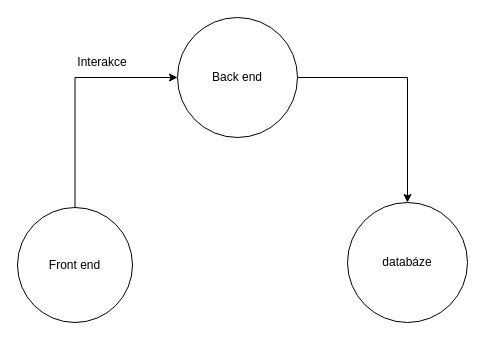
This is architecture.drawio from SPSKH/smart-helpdesk-architecture, a draw.io file, before an edit. Source tidied: cells renumbered, new cells numbered last; positions are measured from the earlier drawing's top-left corner, leaving out a move shared by most shapes. Both pictures are drawn from the tidied source at 100%, with x=0, y=0 at pixel (17, 17).
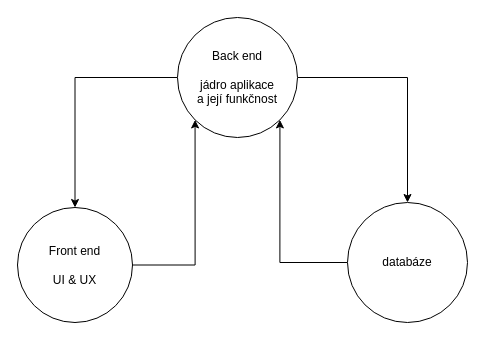
After the change.

The edit, as a diff of the source:
```diff
@@
 <mxGraphModel>
   <root>
     <mxCell id="0" />
     <mxCell id="1" parent="0" />
+    <mxCell id="3" style="edgeStyle=orthogonalEdgeStyle;rounded=0;jettySize=auto;html=1;exitX=1;exitY=0.5;exitDx=0;exitDy=0;entryX=0.5;entryY=0;entryDx=0;entryDy=0;" parent="1" edge="1" source="2" target="4">
+      <mxGeometry relative="1" as="geometry" />
+    </mxCell>
+    <mxCell id="8" style="edgeStyle=orthogonalEdgeStyle;rounded=0;jettySize=auto;html=1;exitX=0;exitY=0.5;exitDx=0;exitDy=0;entryX=0.5;entryY=0;entryDx=0;entryDy=0;" parent="1" edge="1" source="2" target="6">
+      <mxGeometry relative="1" as="geometry" />
+    </mxCell>
-    <mxCell id="2" value="Back end" style="ellipse;whiteSpace=wrap;html=1;" parent="1" vertex="1">
+    <mxCell id="2" value="Back end&lt;br&gt;&lt;br&gt;jádro aplikace&lt;br&gt;a její funkčnost" style="ellipse;whiteSpace=wrap;html=1;" parent="1" vertex="1">
       <mxGeometry x="160" width="120" height="120" as="geometry" />
     </mxCell>
-    <mxCell id="3" style="edgeStyle=orthogonalEdgeStyle;rounded=0;jettySize=auto;html=1;exitX=1;exitY=0.5;exitDx=0;exitDy=0;entryX=0.5;entryY=0;entryDx=0;entryDy=0;" parent="1" edge="1" source="2" target="4">
-      <mxGeometry relative="1" as="geometry" />
-    </mxCell>
+    <mxCell id="9" style="edgeStyle=orthogonalEdgeStyle;rounded=0;jettySize=auto;html=1;exitX=0;exitY=0.5;exitDx=0;exitDy=0;entryX=1;entryY=1;entryDx=0;entryDy=0;" parent="1" edge="1" source="4" target="2">
+      <mxGeometry relative="1" as="geometry" />
+    </mxCell>
     <mxCell id="4" value="databáze" style="ellipse;whiteSpace=wrap;html=1;" parent="1" vertex="1">
       <mxGeometry x="330" y="185" width="120" height="120" as="geometry" />
     </mxCell>
-    <mxCell id="5" style="edgeStyle=orthogonalEdgeStyle;rounded=0;jettySize=auto;html=1;exitX=0.5;exitY=0;exitDx=0;exitDy=0;entryX=0;entryY=0.5;entryDx=0;entryDy=0;" parent="1" edge="1" source="6" target="2">
+    <mxCell id="5" style="edgeStyle=orthogonalEdgeStyle;rounded=0;jettySize=auto;html=1;exitX=1;exitY=0.5;exitDx=0;exitDy=0;entryX=0;entryY=1;entryDx=0;entryDy=0;" parent="1" edge="1" source="6" target="2">
       <mxGeometry relative="1" as="geometry" />
     </mxCell>
-    <mxCell id="6" value="Front end" style="ellipse;whiteSpace=wrap;html=1;" parent="1" vertex="1">
+    <mxCell id="6" value="Front end&lt;br&gt;&lt;br&gt;UI &amp;amp; UX" style="ellipse;whiteSpace=wrap;html=1;" parent="1" vertex="1">
       <mxGeometry y="190" width="115" height="115" as="geometry" />
     </mxCell>
-    <mxCell id="7" value="Interakce" style="text;html=1;strokeColor=none;fillColor=none;align=center;verticalAlign=middle;whiteSpace=wrap;rounded=0;" parent="1" vertex="1">
-      <mxGeometry x="55" y="30" width="60" height="30" as="geometry" />
-    </mxCell>
   </root>
 </mxGraphModel>
```
